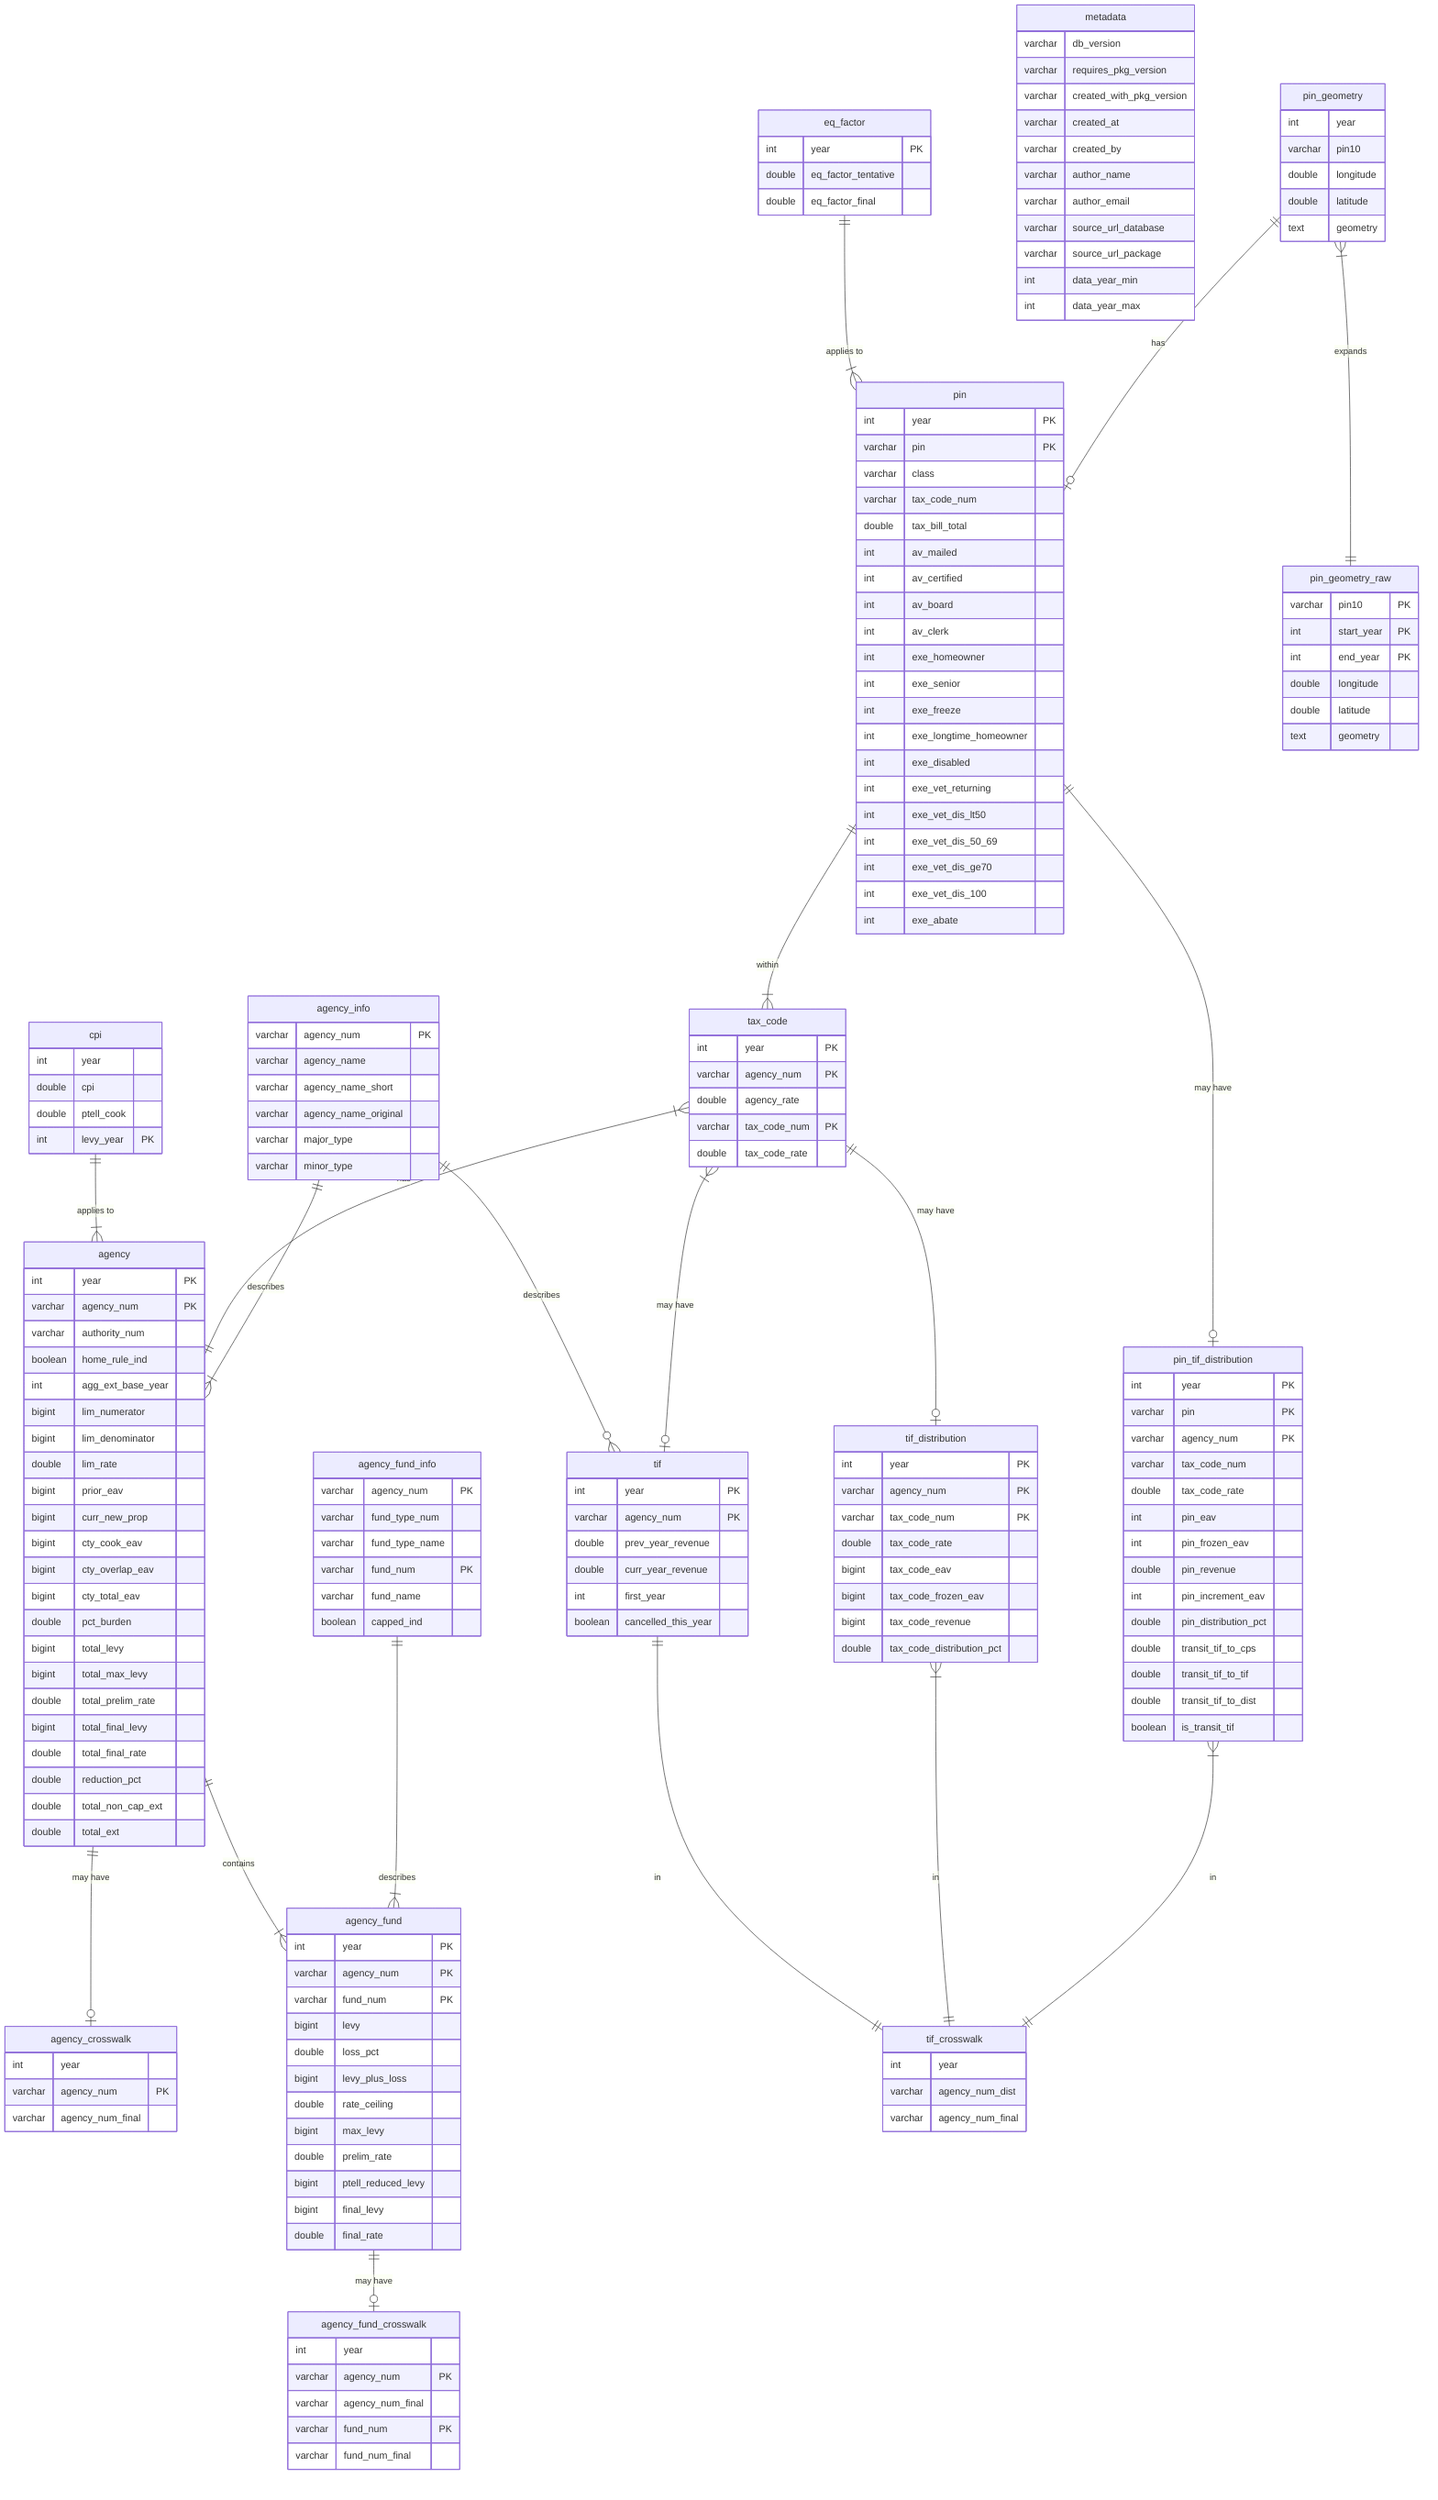
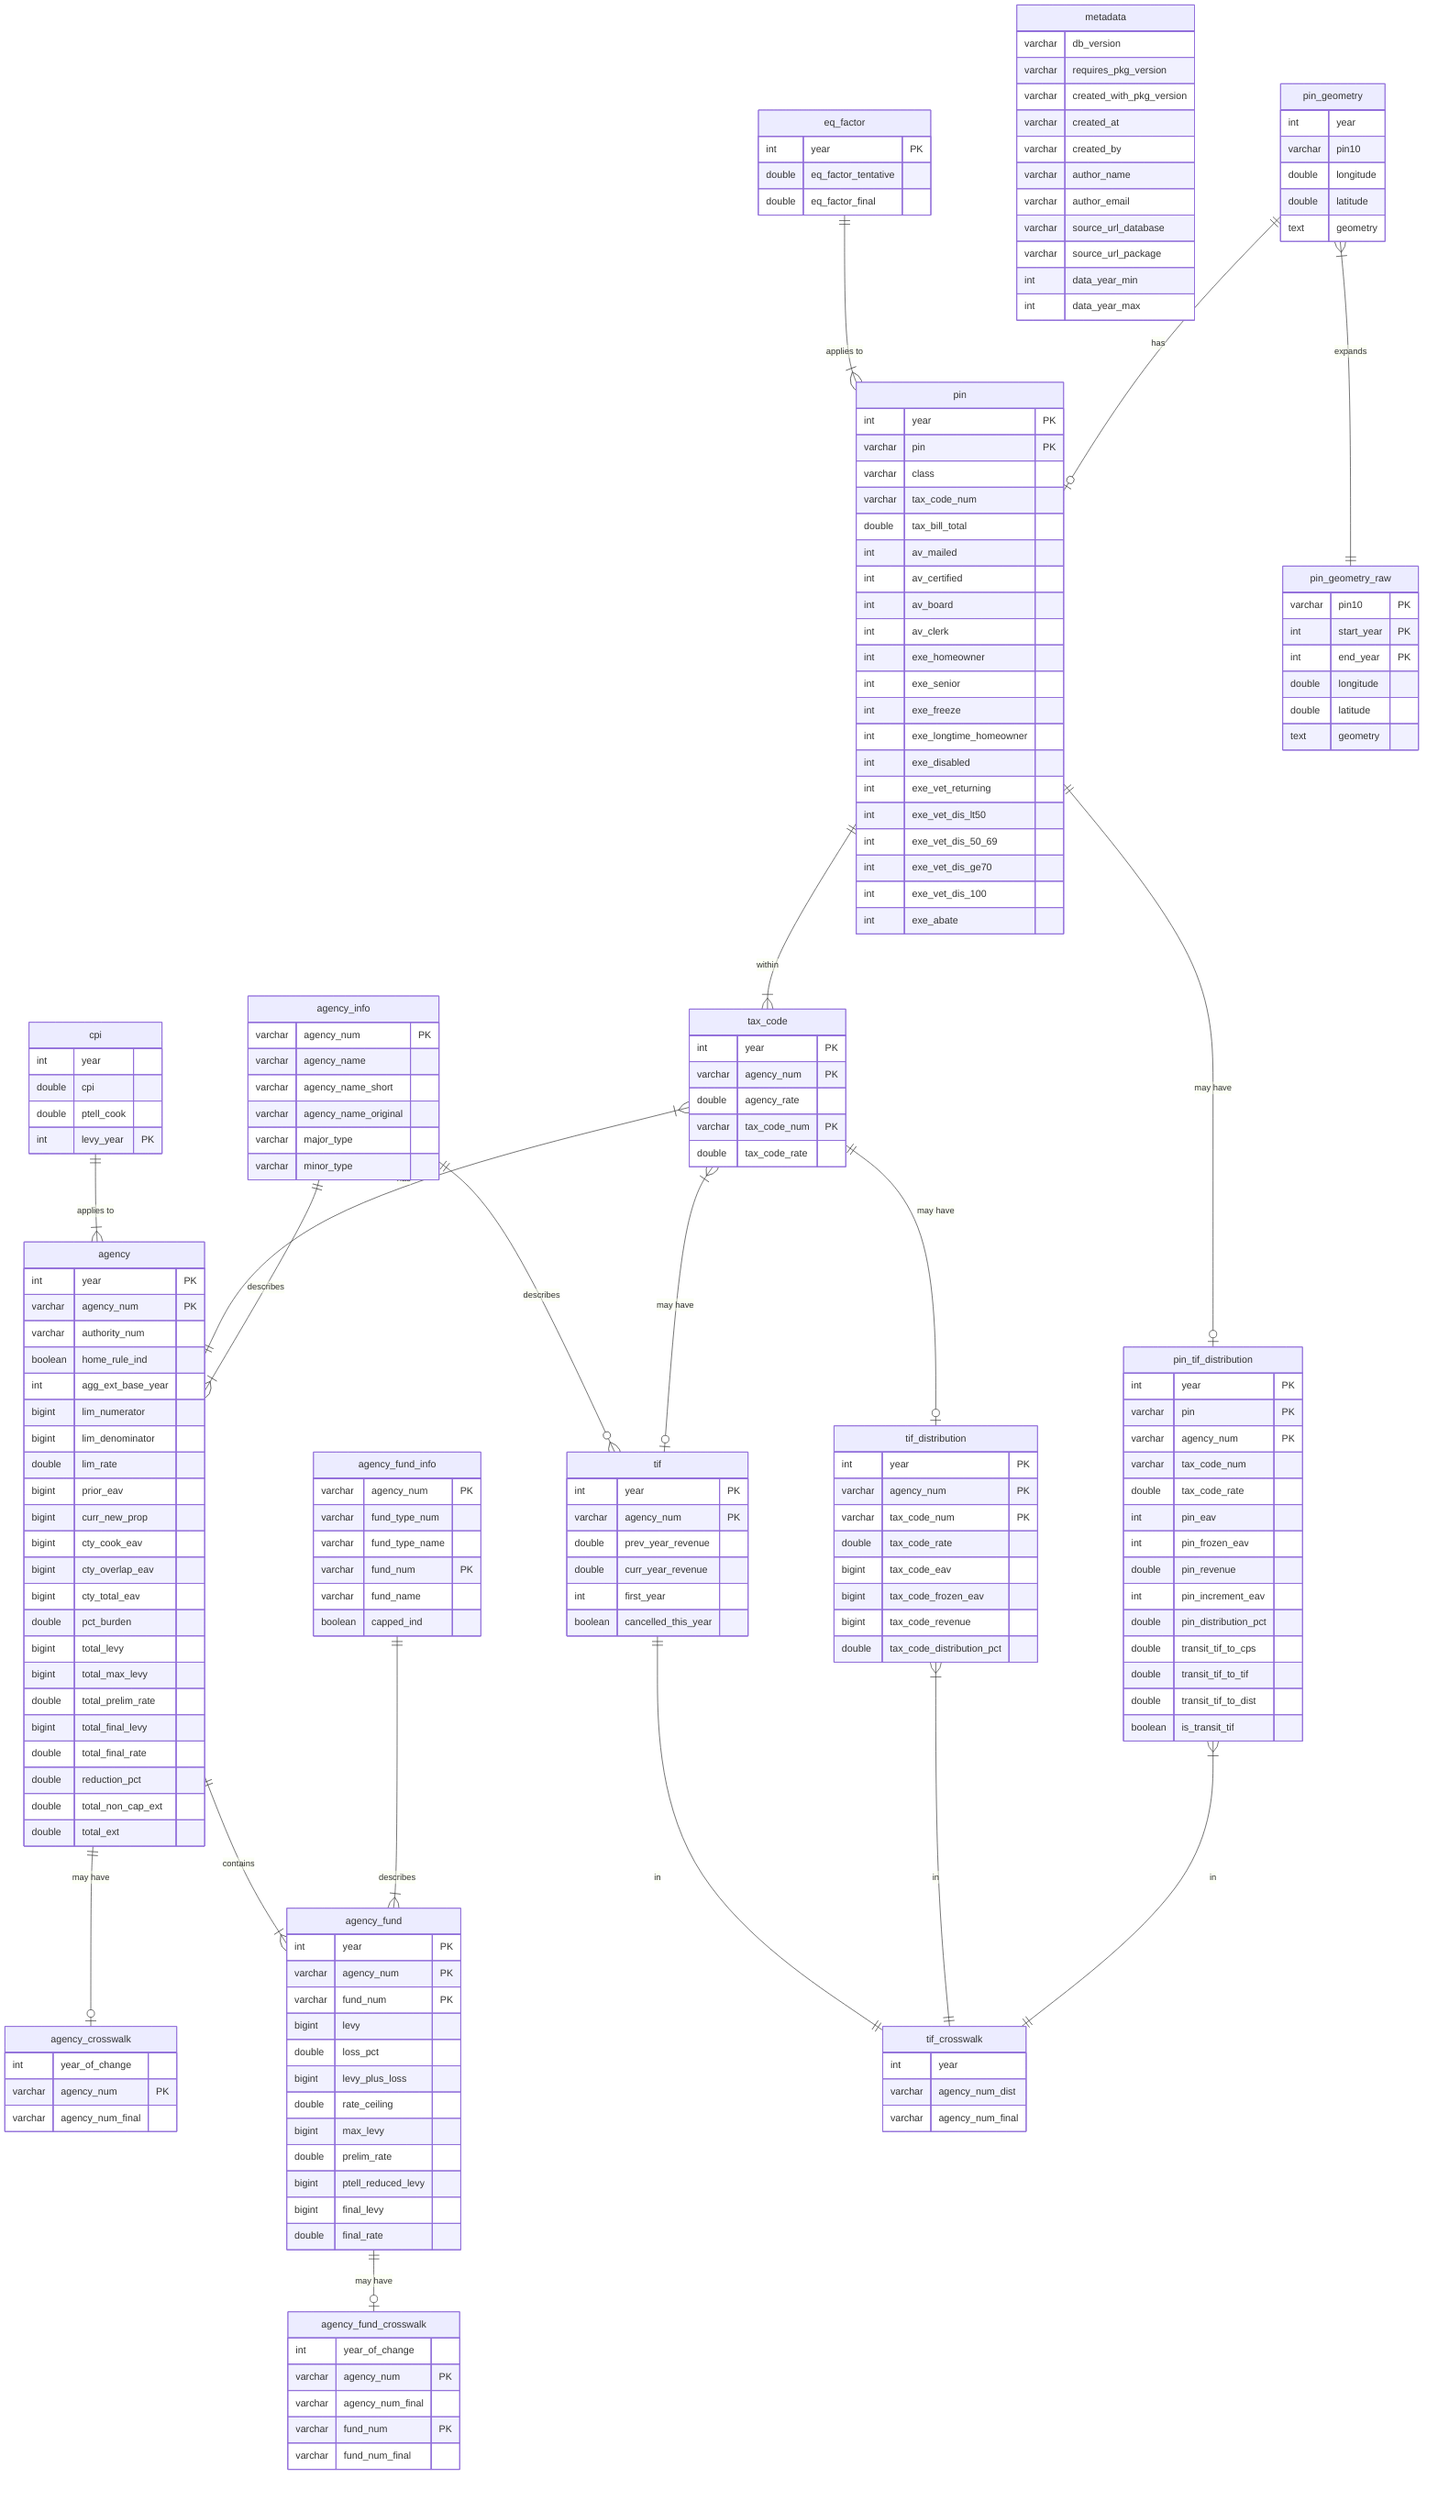
erDiagram

  agency {
    int     year              PK
    varchar agency_num        PK
    varchar authority_num
    boolean home_rule_ind
    int     agg_ext_base_year
    bigint  lim_numerator
    bigint  lim_denominator
    double  lim_rate
    bigint  prior_eav
    bigint  curr_new_prop
    bigint  cty_cook_eav
    bigint  cty_overlap_eav
    bigint  cty_total_eav
    double  pct_burden
    bigint  total_levy
    bigint  total_max_levy
    double  total_prelim_rate
    bigint  total_final_levy
    double  total_final_rate
    double  reduction_pct
    double  total_non_cap_ext
    double  total_ext
  }

  agency_info {
    varchar agency_num         PK
    varchar agency_name
    varchar agency_name_short
    varchar agency_name_original
    varchar major_type
    varchar minor_type
  }

  agency_crosswalk {
-     int     year
+     int     year_of_change
    varchar agency_num         PK
    varchar agency_num_final
  }

  agency_fund {
    int     year               PK
    varchar agency_num         PK
    varchar fund_num           PK
    bigint  levy
    double  loss_pct
    bigint  levy_plus_loss
    double  rate_ceiling
    bigint  max_levy
    double  prelim_rate
    bigint  ptell_reduced_levy
    bigint  final_levy
    double  final_rate
  }

  agency_fund_info {
    varchar agency_num         PK
    varchar fund_type_num
    varchar fund_type_name
    varchar fund_num           PK
    varchar fund_name
    boolean capped_ind
  }

  agency_fund_crosswalk {
-     int     year
+     int     year_of_change
    varchar agency_num         PK
    varchar agency_num_final
    varchar fund_num           PK
    varchar fund_num_final
  }

  cpi {
    int     year
    double  cpi
    double  ptell_cook
    int     levy_year          PK
  }

  eq_factor {
    int     year               PK
    double  eq_factor_tentative
    double  eq_factor_final
  }

  metadata {
    varchar db_version
    varchar requires_pkg_version
    varchar created_with_pkg_version
    varchar created_at
    varchar created_by
    varchar author_name
    varchar author_email
    varchar source_url_database
    varchar source_url_package
    int     data_year_min
    int     data_year_max
  }

  pin {
    int     year               PK
    varchar pin                PK
    varchar class
    varchar tax_code_num
    double  tax_bill_total
    int     av_mailed
    int     av_certified
    int     av_board
    int     av_clerk
    int     exe_homeowner
    int     exe_senior
    int     exe_freeze
    int     exe_longtime_homeowner
    int     exe_disabled
    int     exe_vet_returning
    int     exe_vet_dis_lt50
    int     exe_vet_dis_50_69
    int     exe_vet_dis_ge70
    int     exe_vet_dis_100
    int     exe_abate
  }

  pin_geometry {
    int     year
    varchar pin10
    double  longitude
    double  latitude
    text    geometry
  }

  pin_geometry_raw {
    varchar pin10              PK
    int     start_year         PK
    int     end_year           PK
    double  longitude
    double  latitude
    text    geometry
  }

  tax_code {
    int     year               PK
    varchar agency_num         PK
    double  agency_rate
    varchar tax_code_num       PK
    double  tax_code_rate
  }

  tif {
    int     year               PK
    varchar agency_num         PK
    double  prev_year_revenue
    double  curr_year_revenue
    int     first_year
    boolean cancelled_this_year
  }

  tif_crosswalk {
    int     year
    varchar agency_num_dist
    varchar agency_num_final
  }

  tif_distribution {
    int     year               PK
    varchar agency_num         PK
    varchar tax_code_num       PK
    double  tax_code_rate
    bigint  tax_code_eav
    bigint  tax_code_frozen_eav
    bigint  tax_code_revenue
    double  tax_code_distribution_pct
  }

  pin_tif_distribution {
    int     year               PK
    varchar pin                PK
    varchar agency_num         PK
    varchar tax_code_num
    double  tax_code_rate
    int     pin_eav
    int     pin_frozen_eav
    double  pin_revenue
    int     pin_increment_eav
    double  pin_distribution_pct
    double  transit_tif_to_cps
    double  transit_tif_to_tif
    double  transit_tif_to_dist
    boolean is_transit_tif
  }

  eq_factor ||--|{ pin : "applies to"
  pin ||--|{ tax_code : "within"
  pin ||--o| pin_tif_distribution : "may have"
  cpi ||--|{ agency : "applies to"
  tax_code }|--|| agency : "has"
  tax_code ||--o| tif_distribution : "may have"
  agency ||--|{ agency_fund : "contains"
  agency ||--o| agency_crosswalk : "may have"
  agency_info ||--|{ agency : "describes"
  agency_fund ||--o| agency_fund_crosswalk : "may have"
  agency_fund_info ||--|{ agency_fund : "describes"
  tif ||--|| tif_crosswalk : "in"
  tif_distribution }|--|| tif_crosswalk : "in"
  pin_tif_distribution }|--|| tif_crosswalk : "in"
  agency_info ||--o{ tif: "describes"
  tax_code }|--o| tif : "may have"
  pin_geometry ||--o| pin : "has"
  pin_geometry }|--|| pin_geometry_raw : "expands"
